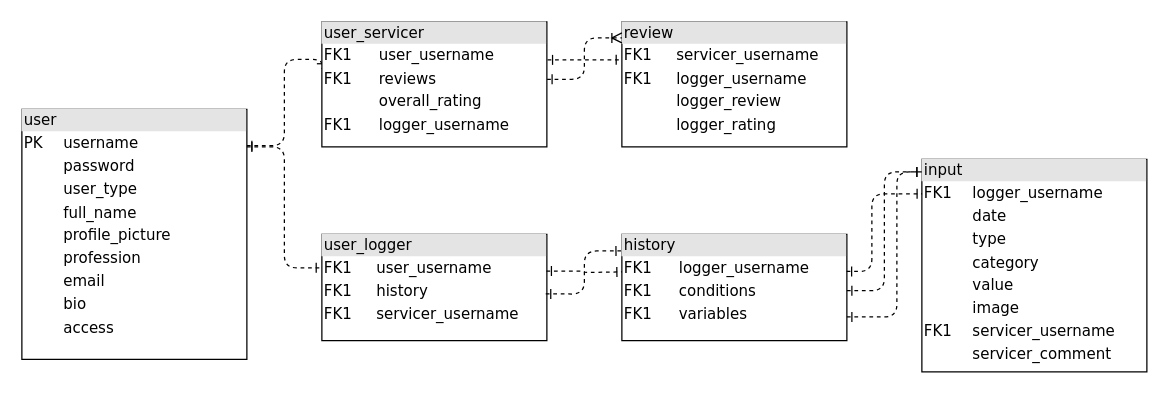
The draw.io diagram diagrams/database/database_tables_relationships.drawio in mervin-njy/trigg-track-v2, before the edit. Source tidied: cells renumbered, new cells numbered last; positions are measured from the earlier drawing's top-left corner, leaving out a move shared by most shapes. Both pictures are drawn from the tidied source at 125%, with x=0, y=0 at pixel (21, 21).
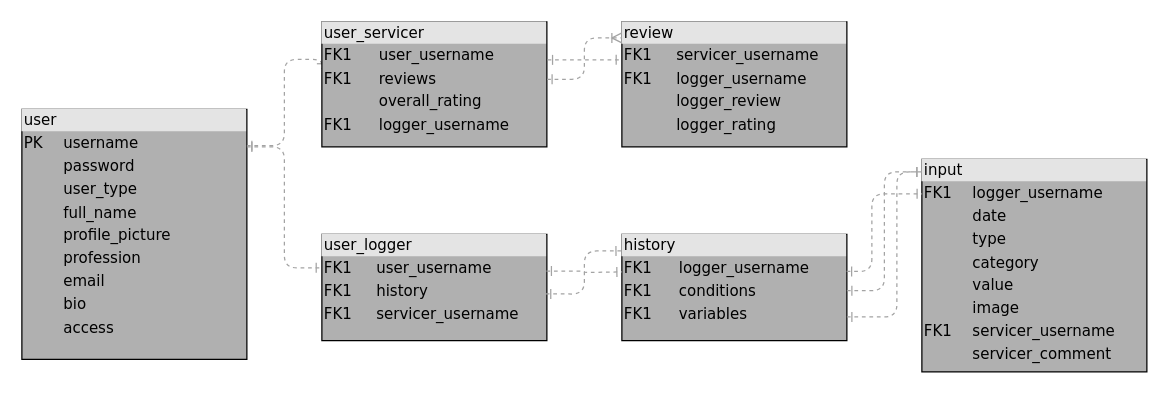
The same page after the edit.

The edit, as a diff of the source:
```diff
@@
-    <mxCell id="2" value="&lt;div style=&quot;box-sizing: border-box ; width: 100% ; background: #e4e4e4 ; padding: 2px&quot;&gt;user&lt;/div&gt;&lt;table style=&quot;width: 100% ; font-size: 1em&quot; cellpadding=&quot;2&quot; cellspacing=&quot;0&quot;&gt;&lt;tbody&gt;&lt;tr&gt;&lt;td&gt;PK&lt;/td&gt;&lt;td&gt;username&lt;/td&gt;&lt;/tr&gt;&lt;tr&gt;&lt;td&gt;&lt;br&gt;&lt;/td&gt;&lt;td&gt;password&lt;/td&gt;&lt;/tr&gt;&lt;tr&gt;&lt;td&gt;&lt;/td&gt;&lt;td&gt;user_type&lt;/td&gt;&lt;/tr&gt;&lt;tr&gt;&lt;td&gt;&lt;br&gt;&lt;/td&gt;&lt;td&gt;full_name&lt;br&gt;&lt;/td&gt;&lt;/tr&gt;&lt;tr&gt;&lt;td&gt;&lt;br&gt;&lt;/td&gt;&lt;td&gt;profile_picture&lt;br&gt;&lt;/td&gt;&lt;/tr&gt;&lt;tr&gt;&lt;td&gt;&lt;br&gt;&lt;/td&gt;&lt;td&gt;profession&lt;br&gt;&lt;/td&gt;&lt;/tr&gt;&lt;tr&gt;&lt;td&gt;&lt;br&gt;&lt;/td&gt;&lt;td&gt;email&lt;/td&gt;&lt;/tr&gt;&lt;tr&gt;&lt;td&gt;&lt;br&gt;&lt;/td&gt;&lt;td&gt;bio&lt;br&gt;&lt;/td&gt;&lt;/tr&gt;&lt;tr&gt;&lt;td&gt;&lt;br&gt;&lt;/td&gt;&lt;td&gt;access&lt;br&gt;&lt;/td&gt;&lt;/tr&gt;&lt;tr&gt;&lt;td&gt;&lt;br&gt;&lt;/td&gt;&lt;td&gt;&lt;br&gt;&lt;/td&gt;&lt;/tr&gt;&lt;tr&gt;&lt;td&gt;&lt;br&gt;&lt;/td&gt;&lt;td&gt;&lt;br&gt;&lt;/td&gt;&lt;/tr&gt;&lt;tr&gt;&lt;td&gt;&lt;br&gt;&lt;/td&gt;&lt;td&gt;&lt;br&gt;&lt;/td&gt;&lt;/tr&gt;&lt;tr&gt;&lt;td&gt;&lt;br&gt;&lt;/td&gt;&lt;td&gt;&lt;br&gt;&lt;/td&gt;&lt;/tr&gt;&lt;tr&gt;&lt;td&gt;&lt;br&gt;&lt;/td&gt;&lt;td&gt;&lt;br&gt;&lt;/td&gt;&lt;/tr&gt;&lt;tr&gt;&lt;td&gt;&lt;br&gt;&lt;/td&gt;&lt;td&gt;&lt;br&gt;&lt;/td&gt;&lt;/tr&gt;&lt;tr&gt;&lt;td&gt;&lt;br&gt;&lt;/td&gt;&lt;td&gt;&lt;br&gt;&lt;/td&gt;&lt;/tr&gt;&lt;tr&gt;&lt;td&gt;&lt;br&gt;&lt;/td&gt;&lt;td&gt;&lt;br&gt;&lt;/td&gt;&lt;/tr&gt;&lt;/tbody&gt;&lt;/table&gt;" style="verticalAlign=top;align=left;overflow=fill;html=1;rounded=0;shadow=0;comic=0;labelBackgroundColor=none;strokeWidth=1;fontFamily=Verdana;fontSize=12;" parent="1" vertex="1">
+    <mxCell id="2" value="&lt;div style=&quot;box-sizing: border-box ; width: 100% ; background: #e4e4e4 ; padding: 2px&quot;&gt;user&lt;/div&gt;&lt;table style=&quot;width: 100% ; font-size: 1em&quot; cellpadding=&quot;2&quot; cellspacing=&quot;0&quot;&gt;&lt;tbody&gt;&lt;tr&gt;&lt;td&gt;PK&lt;/td&gt;&lt;td&gt;username&lt;/td&gt;&lt;/tr&gt;&lt;tr&gt;&lt;td&gt;&lt;br&gt;&lt;/td&gt;&lt;td&gt;password&lt;/td&gt;&lt;/tr&gt;&lt;tr&gt;&lt;td&gt;&lt;/td&gt;&lt;td&gt;user_type&lt;/td&gt;&lt;/tr&gt;&lt;tr&gt;&lt;td&gt;&lt;br&gt;&lt;/td&gt;&lt;td&gt;full_name&lt;br&gt;&lt;/td&gt;&lt;/tr&gt;&lt;tr&gt;&lt;td&gt;&lt;br&gt;&lt;/td&gt;&lt;td&gt;profile_picture&lt;br&gt;&lt;/td&gt;&lt;/tr&gt;&lt;tr&gt;&lt;td&gt;&lt;br&gt;&lt;/td&gt;&lt;td&gt;profession&lt;br&gt;&lt;/td&gt;&lt;/tr&gt;&lt;tr&gt;&lt;td&gt;&lt;br&gt;&lt;/td&gt;&lt;td&gt;email&lt;/td&gt;&lt;/tr&gt;&lt;tr&gt;&lt;td&gt;&lt;br&gt;&lt;/td&gt;&lt;td&gt;bio&lt;br&gt;&lt;/td&gt;&lt;/tr&gt;&lt;tr&gt;&lt;td&gt;&lt;br&gt;&lt;/td&gt;&lt;td&gt;access&lt;br&gt;&lt;/td&gt;&lt;/tr&gt;&lt;tr&gt;&lt;td&gt;&lt;br&gt;&lt;/td&gt;&lt;td&gt;&lt;br&gt;&lt;/td&gt;&lt;/tr&gt;&lt;tr&gt;&lt;td&gt;&lt;br&gt;&lt;/td&gt;&lt;td&gt;&lt;br&gt;&lt;/td&gt;&lt;/tr&gt;&lt;tr&gt;&lt;td&gt;&lt;br&gt;&lt;/td&gt;&lt;td&gt;&lt;br&gt;&lt;/td&gt;&lt;/tr&gt;&lt;tr&gt;&lt;td&gt;&lt;br&gt;&lt;/td&gt;&lt;td&gt;&lt;br&gt;&lt;/td&gt;&lt;/tr&gt;&lt;tr&gt;&lt;td&gt;&lt;br&gt;&lt;/td&gt;&lt;td&gt;&lt;br&gt;&lt;/td&gt;&lt;/tr&gt;&lt;tr&gt;&lt;td&gt;&lt;br&gt;&lt;/td&gt;&lt;td&gt;&lt;br&gt;&lt;/td&gt;&lt;/tr&gt;&lt;tr&gt;&lt;td&gt;&lt;br&gt;&lt;/td&gt;&lt;td&gt;&lt;br&gt;&lt;/td&gt;&lt;/tr&gt;&lt;tr&gt;&lt;td&gt;&lt;br&gt;&lt;/td&gt;&lt;td&gt;&lt;br&gt;&lt;/td&gt;&lt;/tr&gt;&lt;/tbody&gt;&lt;/table&gt;" style="verticalAlign=top;align=left;overflow=fill;html=1;rounded=0;shadow=0;comic=0;labelBackgroundColor=none;strokeWidth=1;fontFamily=Verdana;fontSize=12;fillColor=#B0B0B0;" parent="1" vertex="1">
       <mxGeometry y="70" width="180" height="200" as="geometry" />
     </mxCell>
-    <mxCell id="3" value="&lt;div style=&quot;box-sizing: border-box ; width: 100% ; background: #e4e4e4 ; padding: 2px&quot;&gt;user_logger&lt;/div&gt;&lt;table style=&quot;width: 100% ; font-size: 1em&quot; cellpadding=&quot;2&quot; cellspacing=&quot;0&quot;&gt;&lt;tbody&gt;&lt;tr&gt;&lt;td&gt;FK1&lt;/td&gt;&lt;td&gt;&amp;nbsp; &amp;nbsp;user_username&lt;/td&gt;&lt;/tr&gt;&lt;tr&gt;&lt;td&gt;FK1&lt;/td&gt;&lt;td&gt;&amp;nbsp; &amp;nbsp;history&lt;/td&gt;&lt;/tr&gt;&lt;tr&gt;&lt;td&gt;FK1&lt;/td&gt;&lt;td&gt;&amp;nbsp; &amp;nbsp;servicer_username&lt;/td&gt;&lt;/tr&gt;&lt;tr&gt;&lt;td&gt;&lt;/td&gt;&lt;td&gt;&lt;br&gt;&lt;/td&gt;&lt;/tr&gt;&lt;/tbody&gt;&lt;/table&gt;" style="verticalAlign=top;align=left;overflow=fill;html=1;rounded=0;shadow=0;comic=0;labelBackgroundColor=none;strokeWidth=1;fontFamily=Verdana;fontSize=12;" parent="1" vertex="1">
+    <mxCell id="3" value="&lt;div style=&quot;box-sizing: border-box ; width: 100% ; background: #e4e4e4 ; padding: 2px&quot;&gt;user_logger&lt;/div&gt;&lt;table style=&quot;width: 100% ; font-size: 1em&quot; cellpadding=&quot;2&quot; cellspacing=&quot;0&quot;&gt;&lt;tbody&gt;&lt;tr&gt;&lt;td&gt;FK1&lt;/td&gt;&lt;td&gt;&amp;nbsp; &amp;nbsp;user_username&lt;/td&gt;&lt;/tr&gt;&lt;tr&gt;&lt;td&gt;FK1&lt;/td&gt;&lt;td&gt;&amp;nbsp; &amp;nbsp;history&lt;/td&gt;&lt;/tr&gt;&lt;tr&gt;&lt;td&gt;FK1&lt;/td&gt;&lt;td&gt;&amp;nbsp; &amp;nbsp;servicer_username&lt;/td&gt;&lt;/tr&gt;&lt;tr&gt;&lt;td&gt;&lt;/td&gt;&lt;td&gt;&lt;br&gt;&lt;/td&gt;&lt;/tr&gt;&lt;/tbody&gt;&lt;/table&gt;" style="verticalAlign=top;align=left;overflow=fill;html=1;rounded=0;shadow=0;comic=0;labelBackgroundColor=none;strokeWidth=1;fontFamily=Verdana;fontSize=12;fillColor=#B0B0B0;" parent="1" vertex="1">
       <mxGeometry x="240" y="170" width="180" height="85" as="geometry" />
     </mxCell>
-    <mxCell id="4" style="edgeStyle=orthogonalEdgeStyle;html=1;dashed=1;labelBackgroundColor=none;startArrow=ERone;endArrow=ERone;fontFamily=Verdana;fontSize=12;align=left;endFill=0;startFill=0;entryX=0;entryY=0.375;entryDx=0;entryDy=0;entryPerimeter=0;" parent="1" edge="1" target="5">
+    <mxCell id="4" style="edgeStyle=orthogonalEdgeStyle;html=1;dashed=1;labelBackgroundColor=none;startArrow=ERone;endArrow=ERone;fontFamily=Verdana;fontSize=12;align=left;endFill=0;startFill=0;entryX=0;entryY=0.375;entryDx=0;entryDy=0;entryPerimeter=0;strokeColor=#A3A3A3;" parent="1" edge="1" target="5">
       <mxGeometry relative="1" as="geometry">
         <mxPoint x="180" y="99" as="sourcePoint" />
         <Array as="points">
           <mxPoint x="210" y="99" />
           <mxPoint x="210" y="30" />
         </Array>
       </mxGeometry>
     </mxCell>
-    <mxCell id="5" value="&lt;div style=&quot;box-sizing: border-box ; width: 100% ; background: #e4e4e4 ; padding: 2px&quot;&gt;user_servicer&lt;/div&gt;&lt;table style=&quot;width: 100% ; font-size: 1em&quot; cellpadding=&quot;2&quot; cellspacing=&quot;0&quot;&gt;&lt;tbody&gt;&lt;tr&gt;&lt;td&gt;FK1&lt;/td&gt;&lt;td&gt;&amp;nbsp; &amp;nbsp;user_username&lt;/td&gt;&lt;/tr&gt;&lt;tr&gt;&lt;td&gt;FK1&lt;/td&gt;&lt;td&gt;&amp;nbsp; &amp;nbsp;reviews&lt;/td&gt;&lt;/tr&gt;&lt;tr&gt;&lt;td&gt;&lt;br&gt;&lt;/td&gt;&lt;td&gt;&amp;nbsp; &amp;nbsp;overall_rating&lt;/td&gt;&lt;/tr&gt;&lt;tr&gt;&lt;td&gt;FK1&lt;/td&gt;&lt;td&gt;&amp;nbsp; &amp;nbsp;logger_username&lt;/td&gt;&lt;/tr&gt;&lt;/tbody&gt;&lt;/table&gt;" style="verticalAlign=top;align=left;overflow=fill;html=1;rounded=0;shadow=0;comic=0;labelBackgroundColor=none;strokeWidth=1;fontFamily=Verdana;fontSize=12;" parent="1" vertex="1">
+    <mxCell id="5" value="&lt;div style=&quot;box-sizing: border-box ; width: 100% ; background: #e4e4e4 ; padding: 2px&quot;&gt;user_servicer&lt;/div&gt;&lt;table style=&quot;width: 100% ; font-size: 1em&quot; cellpadding=&quot;2&quot; cellspacing=&quot;0&quot;&gt;&lt;tbody&gt;&lt;tr&gt;&lt;td&gt;FK1&lt;/td&gt;&lt;td&gt;&amp;nbsp; &amp;nbsp;user_username&lt;/td&gt;&lt;/tr&gt;&lt;tr&gt;&lt;td&gt;FK1&lt;/td&gt;&lt;td&gt;&amp;nbsp; &amp;nbsp;reviews&lt;/td&gt;&lt;/tr&gt;&lt;tr&gt;&lt;td&gt;&lt;br&gt;&lt;/td&gt;&lt;td&gt;&amp;nbsp; &amp;nbsp;overall_rating&lt;/td&gt;&lt;/tr&gt;&lt;tr&gt;&lt;td&gt;FK1&lt;/td&gt;&lt;td&gt;&amp;nbsp; &amp;nbsp;logger_username&lt;/td&gt;&lt;/tr&gt;&lt;/tbody&gt;&lt;/table&gt;" style="verticalAlign=top;align=left;overflow=fill;html=1;rounded=0;shadow=0;comic=0;labelBackgroundColor=none;strokeWidth=1;fontFamily=Verdana;fontSize=12;fillColor=#B0B0B0;" parent="1" vertex="1">
       <mxGeometry x="240" width="180" height="100" as="geometry" />
     </mxCell>
-    <mxCell id="6" style="edgeStyle=orthogonalEdgeStyle;html=1;dashed=1;labelBackgroundColor=none;startArrow=ERone;endArrow=ERone;fontFamily=Verdana;fontSize=12;align=left;endFill=0;startFill=0;entryX=-0.003;entryY=0.315;entryDx=0;entryDy=0;entryPerimeter=0;" parent="1" edge="1" target="3">
+    <mxCell id="6" style="edgeStyle=orthogonalEdgeStyle;html=1;dashed=1;labelBackgroundColor=none;startArrow=ERone;endArrow=ERone;fontFamily=Verdana;fontSize=12;align=left;endFill=0;startFill=0;entryX=-0.003;entryY=0.315;entryDx=0;entryDy=0;entryPerimeter=0;strokeColor=#A3A3A3;" parent="1" edge="1" target="3">
       <mxGeometry relative="1" as="geometry">
         <mxPoint x="180" y="100" as="sourcePoint" />
         <Array as="points">
           <mxPoint x="210" y="100" />
           <mxPoint x="210" y="197" />
           <mxPoint x="240" y="197" />
         </Array>
       </mxGeometry>
     </mxCell>
-    <mxCell id="7" value="&lt;div style=&quot;box-sizing: border-box ; width: 100% ; background: #e4e4e4 ; padding: 2px&quot;&gt;review&lt;/div&gt;&lt;table style=&quot;width: 100% ; font-size: 1em&quot; cellpadding=&quot;2&quot; cellspacing=&quot;0&quot;&gt;&lt;tbody&gt;&lt;tr&gt;&lt;td&gt;FK1&lt;/td&gt;&lt;td&gt;&amp;nbsp; &amp;nbsp;servicer_username&lt;/td&gt;&lt;/tr&gt;&lt;tr&gt;&lt;td&gt;FK1&lt;br&gt;&lt;/td&gt;&lt;td&gt;&amp;nbsp; &amp;nbsp;logger_username&lt;/td&gt;&lt;/tr&gt;&lt;tr&gt;&lt;td&gt;&lt;br&gt;&lt;/td&gt;&lt;td&gt;&amp;nbsp; &amp;nbsp;logger_review&lt;br&gt;&lt;/td&gt;&lt;/tr&gt;&lt;tr&gt;&lt;td&gt;&lt;/td&gt;&lt;td&gt;&amp;nbsp; &amp;nbsp;logger_rating&lt;/td&gt;&lt;/tr&gt;&lt;/tbody&gt;&lt;/table&gt;" style="verticalAlign=top;align=left;overflow=fill;html=1;rounded=0;shadow=0;comic=0;labelBackgroundColor=none;strokeWidth=1;fontFamily=Verdana;fontSize=12;" parent="1" vertex="1">
+    <mxCell id="7" value="&lt;div style=&quot;box-sizing: border-box ; width: 100% ; background: #e4e4e4 ; padding: 2px&quot;&gt;review&lt;/div&gt;&lt;table style=&quot;width: 100% ; font-size: 1em&quot; cellpadding=&quot;2&quot; cellspacing=&quot;0&quot;&gt;&lt;tbody&gt;&lt;tr&gt;&lt;td&gt;FK1&lt;/td&gt;&lt;td&gt;&amp;nbsp; &amp;nbsp;servicer_username&lt;/td&gt;&lt;/tr&gt;&lt;tr&gt;&lt;td&gt;FK1&lt;br&gt;&lt;/td&gt;&lt;td&gt;&amp;nbsp; &amp;nbsp;logger_username&lt;/td&gt;&lt;/tr&gt;&lt;tr&gt;&lt;td&gt;&lt;br&gt;&lt;/td&gt;&lt;td&gt;&amp;nbsp; &amp;nbsp;logger_review&lt;br&gt;&lt;/td&gt;&lt;/tr&gt;&lt;tr&gt;&lt;td&gt;&lt;/td&gt;&lt;td&gt;&amp;nbsp; &amp;nbsp;logger_rating&lt;/td&gt;&lt;/tr&gt;&lt;/tbody&gt;&lt;/table&gt;" style="verticalAlign=top;align=left;overflow=fill;html=1;rounded=0;shadow=0;comic=0;labelBackgroundColor=none;strokeWidth=1;fontFamily=Verdana;fontSize=12;fillColor=#B0B0B0;" parent="1" vertex="1">
       <mxGeometry x="480" width="180" height="100" as="geometry" />
     </mxCell>
-    <mxCell id="8" style="edgeStyle=orthogonalEdgeStyle;html=1;dashed=1;labelBackgroundColor=none;startArrow=ERone;endArrow=ERoneToMany;fontFamily=Verdana;fontSize=12;align=left;endFill=0;startFill=0;entryX=0;entryY=0.128;entryDx=0;entryDy=0;entryPerimeter=0;exitX=1.001;exitY=0.459;exitDx=0;exitDy=0;exitPerimeter=0;" parent="1" edge="1" source="5" target="7">
+    <mxCell id="8" style="edgeStyle=orthogonalEdgeStyle;html=1;dashed=1;labelBackgroundColor=none;startArrow=ERone;endArrow=ERoneToMany;fontFamily=Verdana;fontSize=12;align=left;endFill=0;startFill=0;entryX=0;entryY=0.128;entryDx=0;entryDy=0;entryPerimeter=0;exitX=1.001;exitY=0.459;exitDx=0;exitDy=0;exitPerimeter=0;strokeColor=#A3A3A3;" parent="1" edge="1" source="5" target="7">
       <mxGeometry relative="1" as="geometry">
         <Array as="points">
           <mxPoint x="450" y="46" />
           <mxPoint x="450" y="13" />
           <mxPoint x="480" y="13" />
         </Array>
       </mxGeometry>
     </mxCell>
-    <mxCell id="9" value="&lt;div style=&quot;box-sizing: border-box ; width: 100% ; background: #e4e4e4 ; padding: 2px&quot;&gt;history&lt;/div&gt;&lt;table style=&quot;width: 100% ; font-size: 1em&quot; cellpadding=&quot;2&quot; cellspacing=&quot;0&quot;&gt;&lt;tbody&gt;&lt;tr&gt;&lt;td&gt;FK1&lt;/td&gt;&lt;td&gt;&amp;nbsp; &amp;nbsp;logger_username&lt;/td&gt;&lt;/tr&gt;&lt;tr&gt;&lt;td&gt;FK1&lt;/td&gt;&lt;td&gt;&amp;nbsp; &amp;nbsp;conditions&lt;/td&gt;&lt;/tr&gt;&lt;tr&gt;&lt;td&gt;FK1&lt;/td&gt;&lt;td&gt;&amp;nbsp; &amp;nbsp;variables&lt;/td&gt;&lt;/tr&gt;&lt;tr&gt;&lt;td&gt;&lt;/td&gt;&lt;td&gt;&lt;br&gt;&lt;/td&gt;&lt;/tr&gt;&lt;/tbody&gt;&lt;/table&gt;" style="verticalAlign=top;align=left;overflow=fill;html=1;rounded=0;shadow=0;comic=0;labelBackgroundColor=none;strokeWidth=1;fontFamily=Verdana;fontSize=12;" parent="1" vertex="1">
+    <mxCell id="9" value="&lt;div style=&quot;box-sizing: border-box ; width: 100% ; background: #e4e4e4 ; padding: 2px&quot;&gt;history&lt;/div&gt;&lt;table style=&quot;width: 100% ; font-size: 1em&quot; cellpadding=&quot;2&quot; cellspacing=&quot;0&quot;&gt;&lt;tbody&gt;&lt;tr&gt;&lt;td&gt;FK1&lt;/td&gt;&lt;td&gt;&amp;nbsp; &amp;nbsp;logger_username&lt;/td&gt;&lt;/tr&gt;&lt;tr&gt;&lt;td&gt;FK1&lt;/td&gt;&lt;td&gt;&amp;nbsp; &amp;nbsp;conditions&lt;/td&gt;&lt;/tr&gt;&lt;tr&gt;&lt;td&gt;FK1&lt;/td&gt;&lt;td&gt;&amp;nbsp; &amp;nbsp;variables&lt;/td&gt;&lt;/tr&gt;&lt;tr&gt;&lt;td&gt;&lt;/td&gt;&lt;td&gt;&lt;br&gt;&lt;/td&gt;&lt;/tr&gt;&lt;/tbody&gt;&lt;/table&gt;" style="verticalAlign=top;align=left;overflow=fill;html=1;rounded=0;shadow=0;comic=0;labelBackgroundColor=none;strokeWidth=1;fontFamily=Verdana;fontSize=12;fillColor=#B0B0B0;" parent="1" vertex="1">
       <mxGeometry x="480" y="170" width="180" height="85" as="geometry" />
     </mxCell>
-    <mxCell id="10" style="edgeStyle=orthogonalEdgeStyle;html=1;dashed=1;labelBackgroundColor=none;startArrow=ERone;endArrow=ERone;fontFamily=Verdana;fontSize=12;align=left;endFill=0;startFill=0;entryX=-0.003;entryY=0.303;entryDx=0;entryDy=0;entryPerimeter=0;exitX=1.003;exitY=0.304;exitDx=0;exitDy=0;exitPerimeter=0;" parent="1" edge="1" source="5" target="7">
+    <mxCell id="10" style="edgeStyle=orthogonalEdgeStyle;html=1;dashed=1;labelBackgroundColor=none;startArrow=ERone;endArrow=ERone;fontFamily=Verdana;fontSize=12;align=left;endFill=0;startFill=0;entryX=-0.003;entryY=0.303;entryDx=0;entryDy=0;entryPerimeter=0;exitX=1.003;exitY=0.304;exitDx=0;exitDy=0;exitPerimeter=0;strokeColor=#A3A3A3;" parent="1" edge="1" source="5" target="7">
       <mxGeometry relative="1" as="geometry" />
     </mxCell>
-    <mxCell id="11" style="edgeStyle=orthogonalEdgeStyle;html=1;dashed=1;labelBackgroundColor=none;startArrow=ERone;endArrow=ERone;fontFamily=Verdana;fontSize=12;align=left;endFill=0;startFill=0;entryX=-0.004;entryY=0.156;entryDx=0;entryDy=0;entryPerimeter=0;exitX=0.995;exitY=0.561;exitDx=0;exitDy=0;exitPerimeter=0;" parent="1" edge="1" source="3" target="9">
+    <mxCell id="11" style="edgeStyle=orthogonalEdgeStyle;html=1;dashed=1;labelBackgroundColor=none;startArrow=ERone;endArrow=ERone;fontFamily=Verdana;fontSize=12;align=left;endFill=0;startFill=0;entryX=-0.004;entryY=0.156;entryDx=0;entryDy=0;entryPerimeter=0;exitX=0.995;exitY=0.561;exitDx=0;exitDy=0;exitPerimeter=0;strokeColor=#A3A3A3;" parent="1" edge="1" source="3" target="9">
       <mxGeometry relative="1" as="geometry">
         <Array as="points">
           <mxPoint x="450" y="218" />
           <mxPoint x="450" y="183" />
           <mxPoint x="479" y="183" />
         </Array>
       </mxGeometry>
     </mxCell>
-    <mxCell id="12" style="edgeStyle=orthogonalEdgeStyle;html=1;dashed=1;labelBackgroundColor=none;startArrow=ERone;endArrow=ERone;fontFamily=Verdana;fontSize=12;align=left;endFill=0;startFill=0;entryX=-0.003;entryY=0.303;entryDx=0;entryDy=0;entryPerimeter=0;exitX=0.998;exitY=0.345;exitDx=0;exitDy=0;exitPerimeter=0;" parent="1" edge="1" source="3">
+    <mxCell id="12" style="edgeStyle=orthogonalEdgeStyle;html=1;dashed=1;labelBackgroundColor=none;startArrow=ERone;endArrow=ERone;fontFamily=Verdana;fontSize=12;align=left;endFill=0;startFill=0;entryX=-0.003;entryY=0.303;entryDx=0;entryDy=0;entryPerimeter=0;exitX=0.998;exitY=0.345;exitDx=0;exitDy=0;exitPerimeter=0;strokeColor=#A3A3A3;" parent="1" edge="1" source="3">
       <mxGeometry relative="1" as="geometry">
         <mxPoint x="480" y="200" as="targetPoint" />
       </mxGeometry>
     </mxCell>
-    <mxCell id="13" value="&lt;div style=&quot;box-sizing: border-box ; width: 100% ; background: #e4e4e4 ; padding: 2px&quot;&gt;input&lt;/div&gt;&lt;table style=&quot;width: 100% ; font-size: 1em&quot; cellpadding=&quot;2&quot; cellspacing=&quot;0&quot;&gt;&lt;tbody&gt;&lt;tr&gt;&lt;td&gt;FK1&lt;/td&gt;&lt;td&gt;&amp;nbsp; logger_username&lt;/td&gt;&lt;/tr&gt;&lt;tr&gt;&lt;td&gt;&lt;br&gt;&lt;/td&gt;&lt;td&gt;&amp;nbsp; date&lt;/td&gt;&lt;/tr&gt;&lt;tr&gt;&lt;td&gt;&lt;/td&gt;&lt;td&gt;&amp;nbsp; type&lt;/td&gt;&lt;/tr&gt;&lt;tr&gt;&lt;td&gt;&lt;br&gt;&lt;/td&gt;&lt;td&gt;&amp;nbsp; category&lt;/td&gt;&lt;/tr&gt;&lt;tr&gt;&lt;td&gt;&lt;br&gt;&lt;/td&gt;&lt;td&gt;&amp;nbsp; value&lt;/td&gt;&lt;/tr&gt;&lt;tr&gt;&lt;td&gt;&lt;br&gt;&lt;/td&gt;&lt;td&gt;&amp;nbsp; image&lt;/td&gt;&lt;/tr&gt;&lt;tr&gt;&lt;td&gt;FK1&lt;/td&gt;&lt;td&gt;&amp;nbsp; servicer_username&lt;/td&gt;&lt;/tr&gt;&lt;tr&gt;&lt;td&gt;&lt;br&gt;&lt;/td&gt;&lt;td&gt;&amp;nbsp; servicer_comment&lt;/td&gt;&lt;/tr&gt;&lt;tr&gt;&lt;td&gt;&lt;br&gt;&lt;/td&gt;&lt;td&gt;&lt;br&gt;&lt;/td&gt;&lt;/tr&gt;&lt;tr&gt;&lt;td&gt;&lt;br&gt;&lt;/td&gt;&lt;td&gt;&lt;br&gt;&lt;/td&gt;&lt;/tr&gt;&lt;tr&gt;&lt;td&gt;&lt;br&gt;&lt;/td&gt;&lt;td&gt;&lt;br&gt;&lt;/td&gt;&lt;/tr&gt;&lt;tr&gt;&lt;td&gt;&lt;br&gt;&lt;/td&gt;&lt;td&gt;&lt;br&gt;&lt;/td&gt;&lt;/tr&gt;&lt;tr&gt;&lt;td&gt;&lt;br&gt;&lt;/td&gt;&lt;td&gt;&lt;br&gt;&lt;/td&gt;&lt;/tr&gt;&lt;tr&gt;&lt;td&gt;&lt;br&gt;&lt;/td&gt;&lt;td&gt;&lt;br&gt;&lt;/td&gt;&lt;/tr&gt;&lt;tr&gt;&lt;td&gt;&lt;br&gt;&lt;/td&gt;&lt;td&gt;&lt;br&gt;&lt;/td&gt;&lt;/tr&gt;&lt;tr&gt;&lt;td&gt;&lt;br&gt;&lt;/td&gt;&lt;td&gt;&lt;br&gt;&lt;/td&gt;&lt;/tr&gt;&lt;tr&gt;&lt;td&gt;&lt;br&gt;&lt;/td&gt;&lt;td&gt;&lt;br&gt;&lt;/td&gt;&lt;/tr&gt;&lt;/tbody&gt;&lt;/table&gt;" style="verticalAlign=top;align=left;overflow=fill;html=1;rounded=0;shadow=0;comic=0;labelBackgroundColor=none;strokeWidth=1;fontFamily=Verdana;fontSize=12;" parent="1" vertex="1">
+    <mxCell id="13" value="&lt;div style=&quot;box-sizing: border-box ; width: 100% ; background: #e4e4e4 ; padding: 2px&quot;&gt;input&lt;/div&gt;&lt;table style=&quot;width: 100% ; font-size: 1em&quot; cellpadding=&quot;2&quot; cellspacing=&quot;0&quot;&gt;&lt;tbody&gt;&lt;tr&gt;&lt;td&gt;FK1&lt;/td&gt;&lt;td&gt;&amp;nbsp; logger_username&lt;/td&gt;&lt;/tr&gt;&lt;tr&gt;&lt;td&gt;&lt;br&gt;&lt;/td&gt;&lt;td&gt;&amp;nbsp; date&lt;/td&gt;&lt;/tr&gt;&lt;tr&gt;&lt;td&gt;&lt;/td&gt;&lt;td&gt;&amp;nbsp; type&lt;/td&gt;&lt;/tr&gt;&lt;tr&gt;&lt;td&gt;&lt;br&gt;&lt;/td&gt;&lt;td&gt;&amp;nbsp; category&lt;/td&gt;&lt;/tr&gt;&lt;tr&gt;&lt;td&gt;&lt;br&gt;&lt;/td&gt;&lt;td&gt;&amp;nbsp; value&lt;/td&gt;&lt;/tr&gt;&lt;tr&gt;&lt;td&gt;&lt;br&gt;&lt;/td&gt;&lt;td&gt;&amp;nbsp; image&lt;/td&gt;&lt;/tr&gt;&lt;tr&gt;&lt;td&gt;FK1&lt;/td&gt;&lt;td&gt;&amp;nbsp; servicer_username&lt;/td&gt;&lt;/tr&gt;&lt;tr&gt;&lt;td&gt;&lt;br&gt;&lt;/td&gt;&lt;td&gt;&amp;nbsp; servicer_comment&lt;/td&gt;&lt;/tr&gt;&lt;tr&gt;&lt;td&gt;&lt;br&gt;&lt;/td&gt;&lt;td&gt;&lt;br&gt;&lt;/td&gt;&lt;/tr&gt;&lt;tr&gt;&lt;td&gt;&lt;br&gt;&lt;/td&gt;&lt;td&gt;&lt;br&gt;&lt;/td&gt;&lt;/tr&gt;&lt;tr&gt;&lt;td&gt;&lt;br&gt;&lt;/td&gt;&lt;td&gt;&lt;br&gt;&lt;/td&gt;&lt;/tr&gt;&lt;tr&gt;&lt;td&gt;&lt;br&gt;&lt;/td&gt;&lt;td&gt;&lt;br&gt;&lt;/td&gt;&lt;/tr&gt;&lt;tr&gt;&lt;td&gt;&lt;br&gt;&lt;/td&gt;&lt;td&gt;&lt;br&gt;&lt;/td&gt;&lt;/tr&gt;&lt;tr&gt;&lt;td&gt;&lt;br&gt;&lt;/td&gt;&lt;td&gt;&lt;br&gt;&lt;/td&gt;&lt;/tr&gt;&lt;tr&gt;&lt;td&gt;&lt;br&gt;&lt;/td&gt;&lt;td&gt;&lt;br&gt;&lt;/td&gt;&lt;/tr&gt;&lt;tr&gt;&lt;td&gt;&lt;br&gt;&lt;/td&gt;&lt;td&gt;&lt;br&gt;&lt;/td&gt;&lt;/tr&gt;&lt;tr&gt;&lt;td&gt;&lt;br&gt;&lt;/td&gt;&lt;td&gt;&lt;br&gt;&lt;/td&gt;&lt;/tr&gt;&lt;/tbody&gt;&lt;/table&gt;" style="verticalAlign=top;align=left;overflow=fill;html=1;rounded=0;shadow=0;comic=0;labelBackgroundColor=none;strokeWidth=1;fontFamily=Verdana;fontSize=12;fillColor=#B0B0B0;" parent="1" vertex="1">
       <mxGeometry x="720" y="110" width="180" height="170" as="geometry" />
     </mxCell>
-    <mxCell id="14" style="edgeStyle=orthogonalEdgeStyle;html=1;dashed=1;labelBackgroundColor=none;startArrow=ERone;endArrow=ERone;fontFamily=Verdana;fontSize=12;align=left;endFill=0;startFill=0;exitX=0.995;exitY=0.561;exitDx=0;exitDy=0;exitPerimeter=0;" parent="1" edge="1">
+    <mxCell id="14" style="edgeStyle=orthogonalEdgeStyle;html=1;dashed=1;labelBackgroundColor=none;startArrow=ERone;endArrow=ERone;fontFamily=Verdana;fontSize=12;align=left;endFill=0;startFill=0;exitX=0.995;exitY=0.561;exitDx=0;exitDy=0;exitPerimeter=0;strokeColor=#A3A3A3;" parent="1" edge="1">
       <mxGeometry relative="1" as="geometry">
         <mxPoint x="660" y="215" as="sourcePoint" />
         <mxPoint x="720" y="120" as="targetPoint" />
         <Array as="points">
           <mxPoint x="690" y="215" />
           <mxPoint x="690" y="120" />
         </Array>
       </mxGeometry>
     </mxCell>
-    <mxCell id="15" style="edgeStyle=orthogonalEdgeStyle;html=1;dashed=1;labelBackgroundColor=none;startArrow=ERone;endArrow=ERone;fontFamily=Verdana;fontSize=12;align=left;endFill=0;startFill=0;" parent="1" edge="1">
+    <mxCell id="15" style="edgeStyle=orthogonalEdgeStyle;html=1;dashed=1;labelBackgroundColor=none;startArrow=ERone;endArrow=ERone;fontFamily=Verdana;fontSize=12;align=left;endFill=0;startFill=0;strokeColor=#A3A3A3;" parent="1" edge="1">
       <mxGeometry relative="1" as="geometry">
         <mxPoint x="660" y="236" as="sourcePoint" />
         <mxPoint x="720" y="120" as="targetPoint" />
         <Array as="points">
           <mxPoint x="700" y="236" />
           <mxPoint x="700" y="120" />
         </Array>
       </mxGeometry>
     </mxCell>
-    <mxCell id="16" style="edgeStyle=orthogonalEdgeStyle;html=1;dashed=1;labelBackgroundColor=none;startArrow=ERone;endArrow=ERone;fontFamily=Verdana;fontSize=12;align=left;endFill=0;startFill=0;entryX=0.001;entryY=0.162;entryDx=0;entryDy=0;entryPerimeter=0;exitX=0.999;exitY=0.349;exitDx=0;exitDy=0;exitPerimeter=0;" parent="1" edge="1" source="9" target="13">
+    <mxCell id="16" style="edgeStyle=orthogonalEdgeStyle;html=1;dashed=1;labelBackgroundColor=none;startArrow=ERone;endArrow=ERone;fontFamily=Verdana;fontSize=12;align=left;endFill=0;startFill=0;entryX=0.001;entryY=0.162;entryDx=0;entryDy=0;entryPerimeter=0;exitX=0.999;exitY=0.349;exitDx=0;exitDy=0;exitPerimeter=0;strokeColor=#A3A3A3;" parent="1" edge="1" source="9" target="13">
       <mxGeometry relative="1" as="geometry">
         <Array as="points">
           <mxPoint x="680" y="200" />
           <mxPoint x="680" y="138" />
           <mxPoint x="720" y="138" />
         </Array>
       </mxGeometry>
     </mxCell>
```
